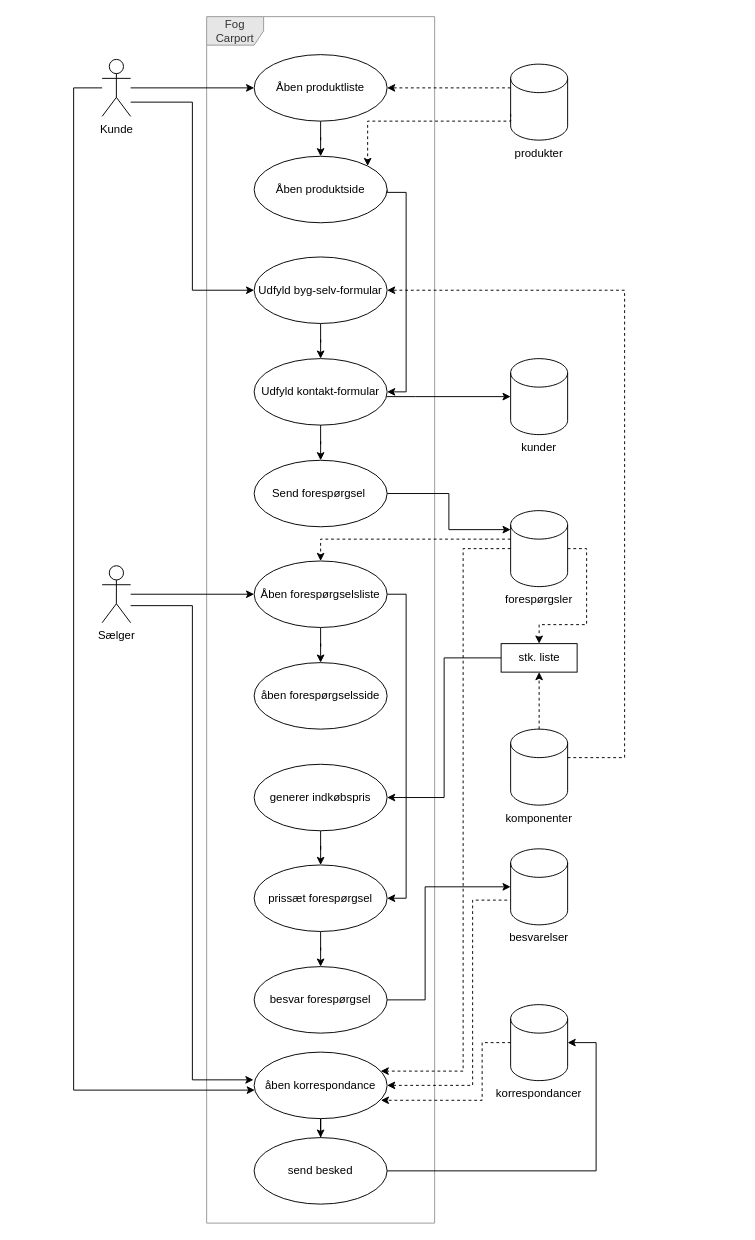
Before: Unified Modeling Language diagrams/usecasediagram.drawio in Capa2/sem2c4, a draw.io diagram. Source tidied: cells renumbered, new cells numbered last; positions are measured from the earlier drawing's top-left corner, leaving out a move shared by most shapes. Both pictures are drawn from the tidied source at 95%, with x=0, y=0 at pixel (73, 16).
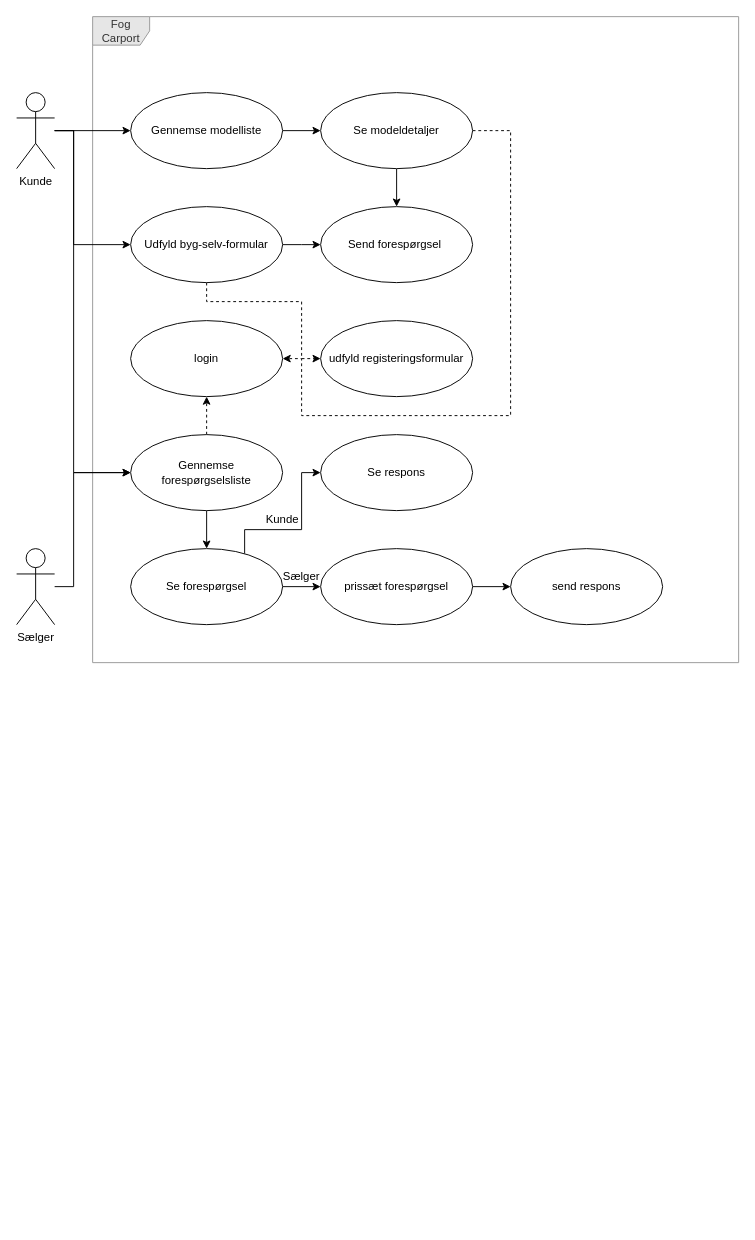
The same diagram, later.

What changed in the source:
```diff
@@
     <mxCell id="2" value="&lt;span style=&quot;text-align: left&quot;&gt;Fog Carport&lt;/span&gt;" style="shape=umlFrame;whiteSpace=wrap;html=1;fontColor=#333333;fillColor=#E6E6E6;strokeColor=#999999;" parent="1" vertex="1">
-      <mxGeometry x="140" width="240" height="1270" as="geometry" />
+      <mxGeometry x="20" width="680" height="680" as="geometry" />
     </mxCell>
-    <mxCell id="3" style="edgeStyle=orthogonalEdgeStyle;rounded=0;jettySize=auto;html=1;" parent="1" edge="1" source="4" target="10">
-      <mxGeometry relative="1" as="geometry" />
-    </mxCell>
-    <mxCell id="4" value="Åben produktliste" style="ellipse;whiteSpace=wrap;html=1;" parent="1" vertex="1">
-      <mxGeometry x="190" y="40" width="140" height="70" as="geometry" />
-    </mxCell>
-    <mxCell id="5" style="edgeStyle=orthogonalEdgeStyle;rounded=0;jettySize=auto;html=1;" parent="1" edge="1" source="8" target="4">
-      <mxGeometry relative="1" as="geometry" />
-    </mxCell>
+    <mxCell id="64" style="edgeStyle=orthogonalEdgeStyle;rounded=0;jettySize=auto;html=1;dashed=1;" parent="1" edge="1" source="80" target="82">
+      <mxGeometry relative="1" as="geometry" />
+    </mxCell>
+    <mxCell id="65" parent="0" />
+    <mxCell id="66" style="edgeStyle=orthogonalEdgeStyle;rounded=0;jettySize=auto;html=1;entryX=1;entryY=0.5;entryDx=0;entryDy=0;dashed=1;endArrow=classic;endFill=1;" parent="65" edge="1" source="68" target="82">
+      <mxGeometry relative="1" as="geometry">
+        <Array as="points">
+          <mxPoint x="460" y="120" />
+          <mxPoint x="460" y="420" />
+          <mxPoint x="240" y="420" />
+          <mxPoint x="240" y="360" />
+        </Array>
+      </mxGeometry>
+    </mxCell>
+    <mxCell id="67" style="edgeStyle=orthogonalEdgeStyle;rounded=0;jettySize=auto;html=1;entryX=0.5;entryY=0;entryDx=0;entryDy=0;endArrow=classic;endFill=1;" parent="65" edge="1" source="68" target="17">
+      <mxGeometry relative="1" as="geometry" />
+    </mxCell>
+    <mxCell id="68" value="Se modeldetaljer" style="ellipse;whiteSpace=wrap;html=1;" parent="65" vertex="1">
+      <mxGeometry x="260" y="80" width="160" height="80" as="geometry" />
+    </mxCell>
+    <mxCell id="69" style="edgeStyle=orthogonalEdgeStyle;rounded=0;jettySize=auto;html=1;entryX=0;entryY=0.5;entryDx=0;entryDy=0;endArrow=classic;endFill=1;" parent="65" edge="1" source="70" target="68">
+      <mxGeometry relative="1" as="geometry" />
+    </mxCell>
+    <mxCell id="70" value="Gennemse modelliste" style="ellipse;whiteSpace=wrap;html=1;" parent="65" vertex="1">
+      <mxGeometry x="60" y="80" width="160" height="80" as="geometry" />
+    </mxCell>
+    <mxCell id="17" value="Send forespørgsel&amp;nbsp;" style="ellipse;whiteSpace=wrap;html=1;" parent="65" vertex="1">
+      <mxGeometry x="260" y="200" width="160" height="80" as="geometry" />
+    </mxCell>
+    <mxCell id="71" style="edgeStyle=orthogonalEdgeStyle;rounded=0;jettySize=auto;html=1;entryX=0;entryY=0.5;entryDx=0;entryDy=0;endArrow=classic;endFill=1;" parent="65" edge="1" source="12" target="17">
+      <mxGeometry relative="1" as="geometry">
+        <Array as="points">
+          <mxPoint x="240" y="240" />
+          <mxPoint x="240" y="240" />
+        </Array>
+      </mxGeometry>
+    </mxCell>
+    <mxCell id="72" style="edgeStyle=orthogonalEdgeStyle;rounded=0;jettySize=auto;html=1;dashed=1;endArrow=none;endFill=0;" parent="65" edge="1" source="12">
+      <mxGeometry relative="1" as="geometry">
+        <mxPoint x="240" y="360" as="targetPoint" />
+        <Array as="points">
+          <mxPoint x="140" y="300" />
+        </Array>
+      </mxGeometry>
+    </mxCell>
+    <mxCell id="12" value="Udfyld byg-selv-formular" style="ellipse;whiteSpace=wrap;html=1;" parent="65" vertex="1">
+      <mxGeometry x="60" y="200" width="160" height="80" as="geometry" />
+    </mxCell>
+    <mxCell id="73" value="udfyld registeringsformular" style="ellipse;whiteSpace=wrap;html=1;" parent="65" vertex="1">
+      <mxGeometry x="260" y="320" width="160" height="80" as="geometry" />
+    </mxCell>
+    <mxCell id="74" value="send respons" style="ellipse;whiteSpace=wrap;html=1;" parent="65" vertex="1">
+      <mxGeometry x="460" y="560" width="160" height="80" as="geometry" />
+    </mxCell>
+    <mxCell id="75" style="edgeStyle=orthogonalEdgeStyle;rounded=0;jettySize=auto;html=1;endArrow=classic;endFill=1;" parent="65" edge="1" source="28" target="74">
+      <mxGeometry relative="1" as="geometry" />
+    </mxCell>
+    <mxCell id="28" value="prissæt forespørgsel" style="ellipse;whiteSpace=wrap;html=1;" parent="65" vertex="1">
+      <mxGeometry x="260" y="560" width="160" height="80" as="geometry" />
+    </mxCell>
+    <mxCell id="76" style="edgeStyle=orthogonalEdgeStyle;rounded=0;jettySize=auto;html=1;endArrow=classic;endFill=1;" parent="65" edge="1" source="78" target="28">
+      <mxGeometry relative="1" as="geometry" />
+    </mxCell>
+    <mxCell id="77" style="edgeStyle=orthogonalEdgeStyle;rounded=0;jettySize=auto;html=1;entryX=0;entryY=0.5;entryDx=0;entryDy=0;endArrow=classic;endFill=1;" parent="65" edge="1" source="78" target="83">
+      <mxGeometry relative="1" as="geometry">
+        <Array as="points">
+          <mxPoint x="180" y="540" />
+          <mxPoint x="240" y="540" />
+          <mxPoint x="240" y="480" />
+        </Array>
+      </mxGeometry>
+    </mxCell>
+    <mxCell id="78" value="Se forespørgsel" style="ellipse;whiteSpace=wrap;html=1;" parent="65" vertex="1">
+      <mxGeometry x="60" y="560" width="160" height="80" as="geometry" />
+    </mxCell>
+    <mxCell id="79" style="edgeStyle=orthogonalEdgeStyle;rounded=0;jettySize=auto;html=1;entryX=0.5;entryY=0;entryDx=0;entryDy=0;endArrow=classic;endFill=1;" parent="65" edge="1" source="80" target="78">
+      <mxGeometry relative="1" as="geometry" />
+    </mxCell>
+    <mxCell id="80" value="Gennemse &lt;br&gt;forespørgselsliste" style="ellipse;whiteSpace=wrap;html=1;" parent="65" vertex="1">
+      <mxGeometry x="60" y="440" width="160" height="80" as="geometry" />
+    </mxCell>
+    <mxCell id="81" style="edgeStyle=orthogonalEdgeStyle;rounded=0;jettySize=auto;html=1;entryX=0;entryY=0.5;entryDx=0;entryDy=0;dashed=1;endArrow=classic;endFill=1;" parent="65" edge="1" target="73">
+      <mxGeometry relative="1" as="geometry">
+        <mxPoint x="240" y="360" as="sourcePoint" />
+      </mxGeometry>
+    </mxCell>
+    <mxCell id="82" value="login" style="ellipse;whiteSpace=wrap;html=1;" parent="65" vertex="1">
+      <mxGeometry x="60" y="320" width="160" height="80" as="geometry" />
+    </mxCell>
+    <mxCell id="83" value="Se respons" style="ellipse;whiteSpace=wrap;html=1;" parent="65" vertex="1">
+      <mxGeometry x="260" y="440" width="160" height="80" as="geometry" />
+    </mxCell>
+    <mxCell id="84" style="edgeStyle=orthogonalEdgeStyle;rounded=0;jettySize=auto;html=1;entryX=0;entryY=0.5;entryDx=0;entryDy=0;" parent="65" edge="1" source="23" target="80">
+      <mxGeometry relative="1" as="geometry">
+        <Array as="points">
+          <mxPoint y="600" />
+          <mxPoint y="480" />
+        </Array>
+      </mxGeometry>
+    </mxCell>
+    <mxCell id="85" style="edgeStyle=orthogonalEdgeStyle;rounded=0;jettySize=auto;html=1;" parent="65" edge="1" source="8" target="70">
+      <mxGeometry relative="1" as="geometry" />
+    </mxCell>
-    <mxCell id="6" style="edgeStyle=orthogonalEdgeStyle;rounded=0;jettySize=auto;html=1;entryX=0;entryY=0.5;entryDx=0;entryDy=0;" parent="1" edge="1" source="8" target="12">
+    <mxCell id="6" style="edgeStyle=orthogonalEdgeStyle;rounded=0;jettySize=auto;html=1;" parent="65" edge="1" source="8" target="12">
       <mxGeometry relative="1" as="geometry">
         <Array as="points">
-          <mxPoint x="125" y="90" />
-          <mxPoint x="125" y="288" />
+          <mxPoint y="120" />
+          <mxPoint y="240" />
         </Array>
       </mxGeometry>
     </mxCell>
-    <mxCell id="7" style="edgeStyle=orthogonalEdgeStyle;rounded=0;jettySize=auto;html=1;" parent="1" edge="1" source="8" target="56">
-      <mxGeometry relative="1" as="geometry">
-        <Array as="points">
-          <mxPoint y="75" />
-          <mxPoint y="1130" />
-        </Array>
-      </mxGeometry>
-    </mxCell>
+    <mxCell id="86" style="edgeStyle=orthogonalEdgeStyle;rounded=0;jettySize=auto;html=1;endArrow=classic;endFill=1;" parent="65" edge="1" source="8" target="80">
+      <mxGeometry relative="1" as="geometry">
+        <Array as="points">
+          <mxPoint y="120" />
+          <mxPoint y="480" />
+        </Array>
+      </mxGeometry>
+    </mxCell>
+    <mxCell id="87" value="Kunde" style="text;html=1;strokeColor=none;fillColor=none;align=center;verticalAlign=middle;whiteSpace=wrap;rounded=0;" parent="65" vertex="1">
+      <mxGeometry x="200" y="520" width="40" height="20" as="geometry" />
+    </mxCell>
+    <mxCell id="88" value="Sælger" style="text;html=1;strokeColor=none;fillColor=none;align=center;verticalAlign=middle;whiteSpace=wrap;rounded=0;" parent="65" vertex="1">
+      <mxGeometry x="220" y="580" width="40" height="20" as="geometry" />
+    </mxCell>
+    <mxCell id="89" parent="0" />
+    <mxCell id="23" value="Sælger" style="shape=umlActor;verticalLabelPosition=bottom;verticalAlign=top;html=1;" parent="89" vertex="1">
+      <mxGeometry x="-60" y="560" width="40" height="80" as="geometry" />
+    </mxCell>
-    <mxCell id="8" value="Kunde" style="shape=umlActor;verticalLabelPosition=bottom;verticalAlign=top;html=1;" parent="1" vertex="1">
-      <mxGeometry x="30" y="45" width="30" height="60" as="geometry" />
+    <mxCell id="8" value="Kunde" style="shape=umlActor;verticalLabelPosition=bottom;verticalAlign=top;html=1;" parent="89" vertex="1">
+      <mxGeometry x="-60" y="80" width="40" height="80" as="geometry" />
     </mxCell>
-    <mxCell id="9" style="edgeStyle=orthogonalEdgeStyle;rounded=0;jettySize=auto;html=1;entryX=1;entryY=0.5;entryDx=0;entryDy=0;exitX=1;exitY=0.5;exitDx=0;exitDy=0;" parent="1" edge="1" source="10" target="15">
-      <mxGeometry relative="1" as="geometry">
-        <Array as="points">
-          <mxPoint x="330" y="185" />
-          <mxPoint x="350" y="185" />
-          <mxPoint x="350" y="395" />
-        </Array>
-      </mxGeometry>
-    </mxCell>
-    <mxCell id="10" value="Åben produktside" style="ellipse;whiteSpace=wrap;html=1;" parent="1" vertex="1">
-      <mxGeometry x="190" y="147" width="140" height="70" as="geometry" />
-    </mxCell>
-    <mxCell id="11" style="edgeStyle=orthogonalEdgeStyle;rounded=0;jettySize=auto;html=1;" parent="1" edge="1" source="12" target="15">
-      <mxGeometry relative="1" as="geometry" />
-    </mxCell>
-    <mxCell id="12" value="Udfyld byg-selv-formular" style="ellipse;whiteSpace=wrap;html=1;" parent="1" vertex="1">
-      <mxGeometry x="190" y="253" width="140" height="70" as="geometry" />
-    </mxCell>
-    <mxCell id="13" style="edgeStyle=orthogonalEdgeStyle;rounded=0;jettySize=auto;html=1;" parent="1" edge="1" source="15" target="17">
-      <mxGeometry relative="1" as="geometry" />
-    </mxCell>
-    <mxCell id="14" style="edgeStyle=orthogonalEdgeStyle;rounded=0;jettySize=auto;html=1;" parent="1" edge="1" source="15" target="38">
-      <mxGeometry relative="1" as="geometry">
-        <Array as="points">
-          <mxPoint x="360" y="400" />
-          <mxPoint x="360" y="400" />
-        </Array>
-      </mxGeometry>
-    </mxCell>
-    <mxCell id="15" value="Udfyld kontakt-formular" style="ellipse;whiteSpace=wrap;html=1;" parent="1" vertex="1">
-      <mxGeometry x="190" y="360" width="140" height="70" as="geometry" />
-    </mxCell>
-    <mxCell id="16" style="edgeStyle=orthogonalEdgeStyle;rounded=0;jettySize=auto;html=1;" parent="1" edge="1" source="17" target="35">
-      <mxGeometry relative="1" as="geometry">
-        <Array as="points">
-          <mxPoint x="395" y="502" />
-          <mxPoint x="395" y="540" />
-        </Array>
-      </mxGeometry>
-    </mxCell>
-    <mxCell id="17" value="Send forespørgsel&amp;nbsp;" style="ellipse;whiteSpace=wrap;html=1;" parent="1" vertex="1">
-      <mxGeometry x="190" y="467" width="140" height="70" as="geometry" />
-    </mxCell>
-    <mxCell id="18" style="edgeStyle=orthogonalEdgeStyle;rounded=0;jettySize=auto;html=1;" parent="1" edge="1" source="20" target="24">
-      <mxGeometry relative="1" as="geometry" />
-    </mxCell>
-    <mxCell id="19" style="edgeStyle=orthogonalEdgeStyle;rounded=0;jettySize=auto;html=1;entryX=1;entryY=0.5;entryDx=0;entryDy=0;" parent="1" edge="1" source="20" target="28">
-      <mxGeometry relative="1" as="geometry">
-        <Array as="points">
-          <mxPoint x="350" y="608" />
-          <mxPoint x="350" y="928" />
-        </Array>
-      </mxGeometry>
-    </mxCell>
-    <mxCell id="20" value="Åben forespørgselsliste" style="ellipse;whiteSpace=wrap;html=1;" parent="1" vertex="1">
-      <mxGeometry x="190" y="573" width="140" height="70" as="geometry" />
-    </mxCell>
-    <mxCell id="21" style="edgeStyle=orthogonalEdgeStyle;rounded=0;jettySize=auto;html=1;" parent="1" edge="1" source="23" target="20">
-      <mxGeometry relative="1" as="geometry" />
-    </mxCell>
-    <mxCell id="22" style="edgeStyle=orthogonalEdgeStyle;rounded=0;jettySize=auto;html=1;entryX=-0.005;entryY=0.417;entryDx=0;entryDy=0;entryPerimeter=0;" parent="1" edge="1" source="23" target="56">
-      <mxGeometry relative="1" as="geometry">
-        <Array as="points">
-          <mxPoint x="125" y="620" />
-          <mxPoint x="125" y="1120" />
-          <mxPoint x="189" y="1120" />
-        </Array>
-      </mxGeometry>
-    </mxCell>
-    <mxCell id="23" value="Sælger" style="shape=umlActor;verticalLabelPosition=bottom;verticalAlign=top;html=1;" parent="1" vertex="1">
-      <mxGeometry x="30" y="578" width="30" height="60" as="geometry" />
-    </mxCell>
-    <mxCell id="24" value="åben forespørgselsside" style="ellipse;whiteSpace=wrap;html=1;" parent="1" vertex="1">
-      <mxGeometry x="190" y="680" width="140" height="70" as="geometry" />
-    </mxCell>
-    <mxCell id="25" style="edgeStyle=orthogonalEdgeStyle;rounded=0;jettySize=auto;html=1;entryX=0.5;entryY=0;entryDx=0;entryDy=0;" parent="1" edge="1" source="26" target="28">
-      <mxGeometry relative="1" as="geometry" />
-    </mxCell>
-    <mxCell id="26" value="generer indkøbspris" style="ellipse;whiteSpace=wrap;html=1;" parent="1" vertex="1">
-      <mxGeometry x="190" y="787" width="140" height="70" as="geometry" />
-    </mxCell>
-    <mxCell id="27" style="edgeStyle=orthogonalEdgeStyle;rounded=0;jettySize=auto;html=1;" parent="1" edge="1" source="28" target="30">
-      <mxGeometry relative="1" as="geometry" />
-    </mxCell>
-    <mxCell id="28" value="prissæt forespørgsel" style="ellipse;whiteSpace=wrap;html=1;" parent="1" vertex="1">
-      <mxGeometry x="190" y="893" width="140" height="70" as="geometry" />
-    </mxCell>
-    <mxCell id="29" style="edgeStyle=orthogonalEdgeStyle;rounded=0;jettySize=auto;html=1;entryX=0;entryY=0.5;entryDx=0;entryDy=0;entryPerimeter=0;" parent="1" edge="1" source="30" target="52">
-      <mxGeometry relative="1" as="geometry">
-        <Array as="points">
-          <mxPoint x="370" y="1035" />
-          <mxPoint x="370" y="916" />
-        </Array>
-      </mxGeometry>
-    </mxCell>
-    <mxCell id="30" value="besvar forespørgsel" style="ellipse;whiteSpace=wrap;html=1;" parent="1" vertex="1">
-      <mxGeometry x="190" y="1000" width="140" height="70" as="geometry" />
-    </mxCell>
-    <mxCell id="31" style="group;" parent="1" vertex="1">
-      <mxGeometry x="460" y="750" width="60" height="104" as="geometry" />
-    </mxCell>
-    <mxCell id="32" style="shape=cylinder3;whiteSpace=wrap;html=1;boundedLbl=1;backgroundOutline=1;size=15;" parent="31" vertex="1">
-      <mxGeometry width="60" height="80" as="geometry" />
-    </mxCell>
-    <mxCell id="33" value="komponenter" style="text;html=1;strokeColor=none;fillColor=none;align=center;verticalAlign=middle;whiteSpace=wrap;rounded=0;" parent="31" vertex="1">
-      <mxGeometry x="10" y="84" width="40" height="20" as="geometry" />
-    </mxCell>
-    <mxCell id="34" style="group;" parent="1" vertex="1">
-      <mxGeometry x="460" y="520" width="60" height="104" as="geometry" />
-    </mxCell>
-    <mxCell id="35" style="shape=cylinder3;whiteSpace=wrap;html=1;boundedLbl=1;backgroundOutline=1;size=15;" parent="34" vertex="1">
-      <mxGeometry width="60" height="80" as="geometry" />
-    </mxCell>
-    <mxCell id="36" value="forespørgsler" style="text;html=1;strokeColor=none;fillColor=none;align=center;verticalAlign=middle;whiteSpace=wrap;rounded=0;" parent="34" vertex="1">
-      <mxGeometry x="10" y="84" width="40" height="20" as="geometry" />
-    </mxCell>
-    <mxCell id="37" style="group;" parent="1" vertex="1">
-      <mxGeometry x="460" y="360" width="60" height="104" as="geometry" />
-    </mxCell>
-    <mxCell id="38" style="shape=cylinder3;whiteSpace=wrap;html=1;boundedLbl=1;backgroundOutline=1;size=15;" parent="37" vertex="1">
-      <mxGeometry width="60" height="80" as="geometry" />
-    </mxCell>
-    <mxCell id="39" value="kunder" style="text;html=1;strokeColor=none;fillColor=none;align=center;verticalAlign=middle;whiteSpace=wrap;rounded=0;" parent="37" vertex="1">
-      <mxGeometry x="10" y="84" width="40" height="20" as="geometry" />
-    </mxCell>
-    <mxCell id="40" style="edgeStyle=orthogonalEdgeStyle;rounded=0;jettySize=auto;html=1;entryX=0.5;entryY=0;entryDx=0;entryDy=0;dashed=1;" parent="1" edge="1" source="35" target="20">
-      <mxGeometry relative="1" as="geometry">
-        <Array as="points">
-          <mxPoint x="260" y="550" />
-        </Array>
-      </mxGeometry>
-    </mxCell>
-    <mxCell id="41" style="edgeStyle=orthogonalEdgeStyle;rounded=0;jettySize=auto;html=1;entryX=1;entryY=0.5;entryDx=0;entryDy=0;" parent="1" edge="1" source="42" target="26">
-      <mxGeometry relative="1" as="geometry" />
-    </mxCell>
-    <mxCell id="42" value="stk. liste" style="html=1;" parent="1" vertex="1">
-      <mxGeometry x="450" y="660" width="80" height="30" as="geometry" />
-    </mxCell>
-    <mxCell id="43" style="edgeStyle=orthogonalEdgeStyle;rounded=0;jettySize=auto;html=1;entryX=1;entryY=0.5;entryDx=0;entryDy=0;dashed=1;" parent="1" edge="1" source="32" target="12">
-      <mxGeometry relative="1" as="geometry">
-        <Array as="points">
-          <mxPoint x="580" y="780" />
-          <mxPoint x="580" y="288" />
-        </Array>
-      </mxGeometry>
-    </mxCell>
-    <mxCell id="44" style="group;" parent="1" vertex="1">
-      <mxGeometry x="460" y="50" width="60" height="104" as="geometry" />
-    </mxCell>
-    <mxCell id="45" style="shape=cylinder3;whiteSpace=wrap;html=1;boundedLbl=1;backgroundOutline=1;size=15;" parent="44" vertex="1">
-      <mxGeometry width="60" height="80" as="geometry" />
-    </mxCell>
-    <mxCell id="46" value="produkter" style="text;html=1;strokeColor=none;fillColor=none;align=center;verticalAlign=middle;whiteSpace=wrap;rounded=0;" parent="44" vertex="1">
-      <mxGeometry x="10" y="84" width="40" height="20" as="geometry" />
-    </mxCell>
-    <mxCell id="47" style="edgeStyle=orthogonalEdgeStyle;rounded=0;jettySize=auto;html=1;entryX=1;entryY=0.5;entryDx=0;entryDy=0;dashed=1;" parent="1" edge="1" source="45" target="4">
-      <mxGeometry relative="1" as="geometry">
-        <Array as="points">
-          <mxPoint x="430" y="75" />
-          <mxPoint x="430" y="75" />
-        </Array>
-      </mxGeometry>
-    </mxCell>
-    <mxCell id="48" style="edgeStyle=orthogonalEdgeStyle;rounded=0;jettySize=auto;html=1;entryX=1;entryY=0;entryDx=0;entryDy=0;dashed=1;exitX=0;exitY=0;exitDx=0;exitDy=52.5;exitPerimeter=0;" parent="1" edge="1" source="45" target="10">
-      <mxGeometry relative="1" as="geometry">
-        <Array as="points">
-          <mxPoint x="460" y="110" />
-          <mxPoint x="310" y="110" />
-        </Array>
-      </mxGeometry>
-    </mxCell>
-    <mxCell id="49" style="edgeStyle=orthogonalEdgeStyle;rounded=0;jettySize=auto;html=1;dashed=1;" parent="1" edge="1" source="32" target="42">
-      <mxGeometry relative="1" as="geometry" />
-    </mxCell>
-    <mxCell id="50" style="edgeStyle=orthogonalEdgeStyle;rounded=0;jettySize=auto;html=1;dashed=1;entryX=0.5;entryY=0;entryDx=0;entryDy=0;" parent="1" edge="1" source="35" target="42">
-      <mxGeometry relative="1" as="geometry">
-        <Array as="points">
-          <mxPoint x="540" y="560" />
-          <mxPoint x="540" y="640" />
-          <mxPoint x="490" y="640" />
-        </Array>
-      </mxGeometry>
-    </mxCell>
-    <mxCell id="51" style="group;" parent="1" vertex="1">
-      <mxGeometry x="460" y="876" width="60" height="104" as="geometry" />
-    </mxCell>
-    <mxCell id="52" style="shape=cylinder3;whiteSpace=wrap;html=1;boundedLbl=1;backgroundOutline=1;size=15;" parent="51" vertex="1">
-      <mxGeometry width="60" height="80" as="geometry" />
-    </mxCell>
-    <mxCell id="53" value="besvarelser" style="text;html=1;strokeColor=none;fillColor=none;align=center;verticalAlign=middle;whiteSpace=wrap;rounded=0;" parent="51" vertex="1">
-      <mxGeometry x="10" y="84" width="40" height="20" as="geometry" />
-    </mxCell>
-    <mxCell id="54" style="edgeStyle=orthogonalEdgeStyle;rounded=0;jettySize=auto;html=1;" parent="1" edge="1" source="56" target="58">
-      <mxGeometry relative="1" as="geometry" />
-    </mxCell>
-    <mxCell id="55" style="edgeStyle=orthogonalEdgeStyle;rounded=0;jettySize=auto;html=1;startArrow=classic;startFill=1;endArrow=none;endFill=0;dashed=1;" parent="1" edge="1" source="56" target="52">
-      <mxGeometry relative="1" as="geometry">
-        <Array as="points">
-          <mxPoint x="420" y="1125" />
-          <mxPoint x="420" y="930" />
-        </Array>
-      </mxGeometry>
-    </mxCell>
-    <mxCell id="56" value="åben korrespondance" style="ellipse;whiteSpace=wrap;html=1;" parent="1" vertex="1">
-      <mxGeometry x="190" y="1090" width="140" height="70" as="geometry" />
-    </mxCell>
-    <mxCell id="57" style="edgeStyle=orthogonalEdgeStyle;rounded=0;jettySize=auto;html=1;entryX=1;entryY=0.5;entryDx=0;entryDy=0;entryPerimeter=0;startArrow=none;startFill=0;endArrow=classic;endFill=1;" parent="1" edge="1" source="58" target="61">
-      <mxGeometry relative="1" as="geometry">
-        <Array as="points">
-          <mxPoint x="550" y="1215" />
-          <mxPoint x="550" y="1080" />
-        </Array>
-      </mxGeometry>
-    </mxCell>
-    <mxCell id="58" value="send besked" style="ellipse;whiteSpace=wrap;html=1;" parent="1" vertex="1">
-      <mxGeometry x="190" y="1180" width="140" height="70" as="geometry" />
-    </mxCell>
-    <mxCell id="59" style="edgeStyle=orthogonalEdgeStyle;rounded=0;jettySize=auto;html=1;dashed=1;startArrow=none;startFill=0;endArrow=classic;endFill=1;" parent="1" edge="1" source="35" target="56">
-      <mxGeometry relative="1" as="geometry">
-        <Array as="points">
-          <mxPoint x="410" y="560" />
-          <mxPoint x="410" y="1110" />
-        </Array>
-      </mxGeometry>
-    </mxCell>
-    <mxCell id="60" style="group;" parent="1" vertex="1">
-      <mxGeometry x="460" y="1040" width="60" height="104" as="geometry" />
-    </mxCell>
-    <mxCell id="61" style="shape=cylinder3;whiteSpace=wrap;html=1;boundedLbl=1;backgroundOutline=1;size=15;" parent="60" vertex="1">
-      <mxGeometry width="60" height="80" as="geometry" />
-    </mxCell>
-    <mxCell id="62" value="korrespondancer" style="text;html=1;strokeColor=none;fillColor=none;align=center;verticalAlign=middle;whiteSpace=wrap;rounded=0;" parent="60" vertex="1">
-      <mxGeometry x="10" y="84" width="40" height="20" as="geometry" />
-    </mxCell>
-    <mxCell id="63" style="edgeStyle=orthogonalEdgeStyle;rounded=0;jettySize=auto;html=1;entryX=0.953;entryY=0.724;entryDx=0;entryDy=0;entryPerimeter=0;dashed=1;startArrow=none;startFill=0;endArrow=classic;endFill=1;" parent="1" edge="1" source="61" target="56">
-      <mxGeometry relative="1" as="geometry">
-        <Array as="points">
-          <mxPoint x="430" y="1080" />
-          <mxPoint x="430" y="1141" />
-        </Array>
-      </mxGeometry>
-    </mxCell>
```
